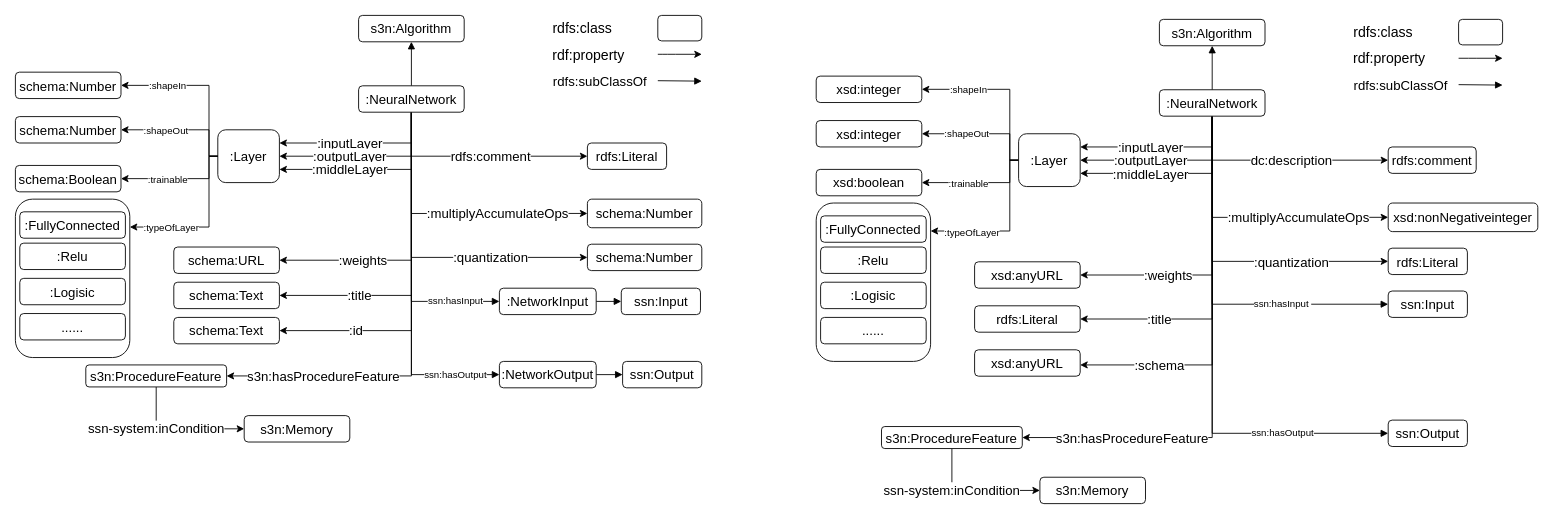
This is Untitled Diagram 1.drawio from Haoyu-R/appendix, a draw.io file, before an edit. Source tidied: cells renumbered, new cells numbered last; positions are measured from the earlier drawing's top-left corner, leaving out a move shared by most shapes. Both pictures are drawn from the tidied source at 88%, with x=0, y=0 at pixel (15, 15).
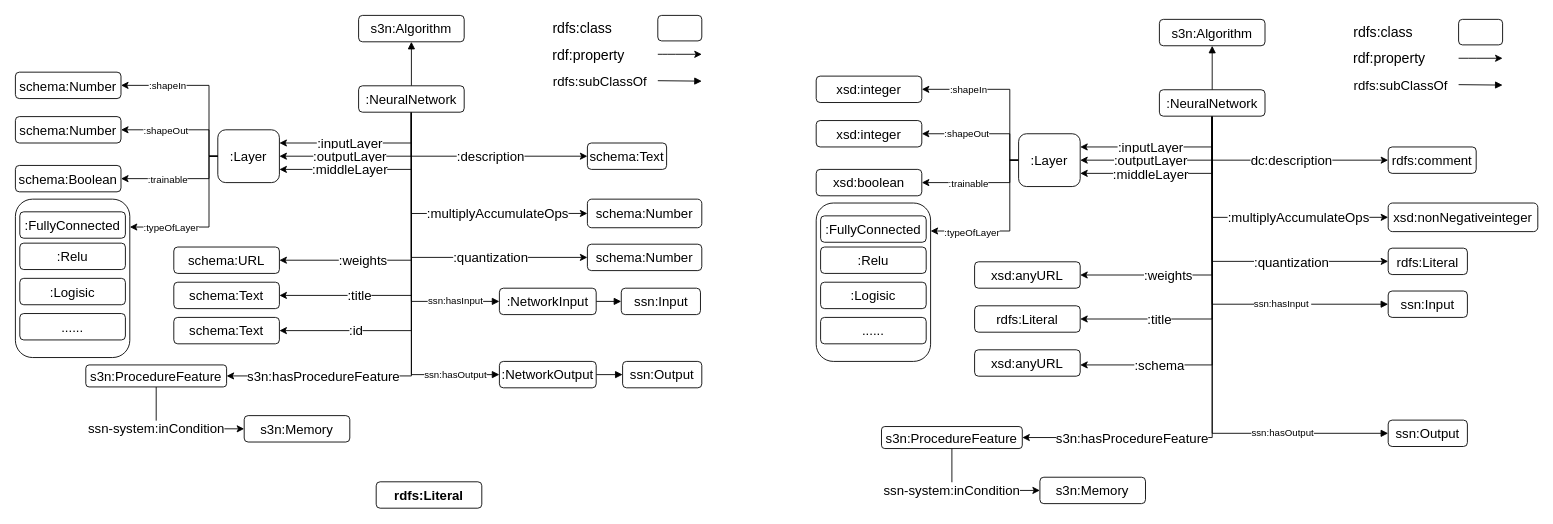
The same diagram, later.

The change refers to these unchanged cells:
```xml
<mxCell id="16" value=":NeuralNetwork" style="rounded=1;whiteSpace=wrap;html=1;fontSize=15;" parent="1" vertex="1">
  <mxGeometry x="390" y="80" width="120" height="30" as="geometry" />
</mxCell>
```

Change to the diagram source:
```diff
@@
-    <mxCell id="9" value="rdfs:comment" style="edgeStyle=orthogonalEdgeStyle;rounded=0;jettySize=auto;html=1;exitX=0.5;exitY=1;exitDx=0;exitDy=0;entryX=0;entryY=0.5;entryDx=0;entryDy=0;fontSize=15;" parent="1" edge="1" source="16" target="23">
+    <mxCell id="9" value=":description" style="edgeStyle=orthogonalEdgeStyle;rounded=0;jettySize=auto;html=1;exitX=0.5;exitY=1;exitDx=0;exitDy=0;entryX=0;entryY=0.5;entryDx=0;entryDy=0;fontSize=15;" parent="1" edge="1" source="16" target="23">
       <mxGeometry x="0.12" relative="1" as="geometry" />
     </mxCell>
@@
-    <mxCell id="23" value="rdfs:Literal" style="rounded=1;whiteSpace=wrap;html=1;fontSize=15;" parent="1" vertex="1">
+    <mxCell id="23" value="schema:Text" style="rounded=1;whiteSpace=wrap;html=1;fontSize=15;" parent="1" vertex="1">
       <mxGeometry x="650" y="145" width="90" height="30" as="geometry" />
     </mxCell>
@@
+    <mxCell id="108" value="&lt;b&gt;rdfs:Literal&lt;/b&gt;" style="rounded=1;whiteSpace=wrap;html=1;fontSize=15;" parent="1" vertex="1">
+      <mxGeometry x="410" y="530" width="120" height="30" as="geometry" />
+    </mxCell>
```
